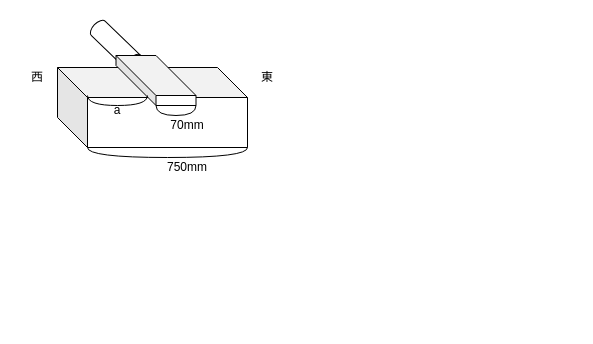
Earlier version of the draw.io diagram page "scintillator" (3 of 4) of Untitled Diagram.drawio (hmdyt/b4ex_plastic_scintillator). Source tidied: cells renumbered, new cells numbered last; positions are measured from the earlier drawing's top-left corner, leaving out a move shared by most shapes. Both pictures are drawn from the tidied source at 100%, with x=0, y=0 at pixel (17, 15).
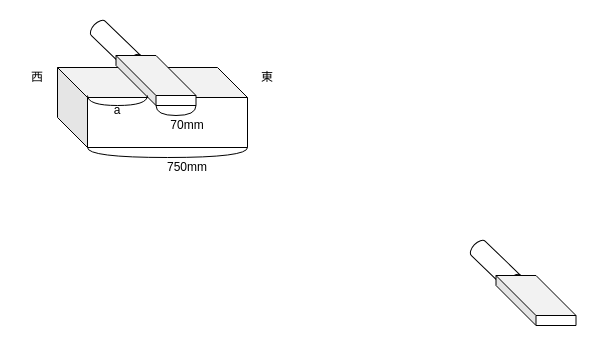
Above is the later version.

What changed in the source:
```diff
@@
 <mxGraphModel>
   <root>
     <mxCell id="0" />
     <mxCell id="1" parent="0" />
     <mxCell id="2" style="shape=cube;whiteSpace=wrap;html=1;boundedLbl=1;backgroundOutline=1;darkOpacity=0.05;darkOpacity2=0.1;size=30;" parent="1" vertex="1">
       <mxGeometry x="40" y="52" width="190" height="80" as="geometry" />
     </mxCell>
     <mxCell id="3" style="group;" parent="1" vertex="1">
       <mxGeometry x="70" y="2" width="108.5" height="88" as="geometry" />
     </mxCell>
     <mxCell id="4" style="strokeWidth=1;html=1;shape=mxgraph.flowchart.direct_data;whiteSpace=wrap;direction=north;rotation=134;" parent="3" vertex="1">
       <mxGeometry x="18.5" y="-2" width="20" height="60" as="geometry" />
     </mxCell>
     <mxCell id="5" style="shape=cube;whiteSpace=wrap;html=1;boundedLbl=1;backgroundOutline=1;darkOpacity=0.05;darkOpacity2=0.1;size=40;" parent="3" vertex="1">
       <mxGeometry x="28.5" y="38" width="80" height="50" as="geometry" />
     </mxCell>
     <mxCell id="6" style="shape=requiredInterface;html=1;verticalLabelPosition=bottom;strokeWidth=1;direction=south;" parent="3" vertex="1">
       <mxGeometry y="78" width="60" height="10" as="geometry" />
     </mxCell>
     <mxCell id="7" value="西" style="text;html=1;strokeColor=none;fillColor=none;align=center;verticalAlign=middle;whiteSpace=wrap;rounded=0;" parent="1" vertex="1">
       <mxGeometry y="52" width="40" height="20" as="geometry" />
     </mxCell>
     <mxCell id="8" value="東" style="text;html=1;strokeColor=none;fillColor=none;align=center;verticalAlign=middle;whiteSpace=wrap;rounded=0;" parent="1" vertex="1">
       <mxGeometry x="230" y="52" width="40" height="20" as="geometry" />
     </mxCell>
     <mxCell id="9" style="shape=requiredInterface;html=1;verticalLabelPosition=bottom;strokeWidth=1;direction=south;" parent="1" vertex="1">
       <mxGeometry x="138.5" y="90" width="40" height="10" as="geometry" />
     </mxCell>
     <mxCell id="10" style="shape=requiredInterface;html=1;verticalLabelPosition=bottom;strokeWidth=1;direction=south;" parent="1" vertex="1">
       <mxGeometry x="70" y="132" width="160" height="10" as="geometry" />
     </mxCell>
     <mxCell id="11" value="750mm" style="text;html=1;strokeColor=none;fillColor=none;align=center;verticalAlign=middle;whiteSpace=wrap;rounded=0;" parent="1" vertex="1">
       <mxGeometry x="150" y="142" width="40" height="20" as="geometry" />
     </mxCell>
     <mxCell id="12" value="70mm" style="text;html=1;strokeColor=none;fillColor=none;align=center;verticalAlign=middle;whiteSpace=wrap;rounded=0;" parent="1" vertex="1">
       <mxGeometry x="150" y="100" width="40" height="20" as="geometry" />
     </mxCell>
     <mxCell id="13" value="a" style="text;html=1;strokeColor=none;fillColor=none;align=center;verticalAlign=middle;whiteSpace=wrap;rounded=0;" parent="1" vertex="1">
       <mxGeometry x="80" y="85" width="40" height="20" as="geometry" />
     </mxCell>
+    <mxCell id="14" style="group;" parent="1" vertex="1">
+      <mxGeometry x="450" y="222" width="108.5" height="88" as="geometry" />
+    </mxCell>
+    <mxCell id="15" style="strokeWidth=1;html=1;shape=mxgraph.flowchart.direct_data;whiteSpace=wrap;direction=north;rotation=134;" parent="14" vertex="1">
+      <mxGeometry x="18.5" y="-2" width="20" height="60" as="geometry" />
+    </mxCell>
+    <mxCell id="16" style="shape=cube;whiteSpace=wrap;html=1;boundedLbl=1;backgroundOutline=1;darkOpacity=0.05;darkOpacity2=0.1;size=40;" parent="14" vertex="1">
+      <mxGeometry x="28.5" y="38" width="80" height="50" as="geometry" />
+    </mxCell>
   </root>
 </mxGraphModel>
```
